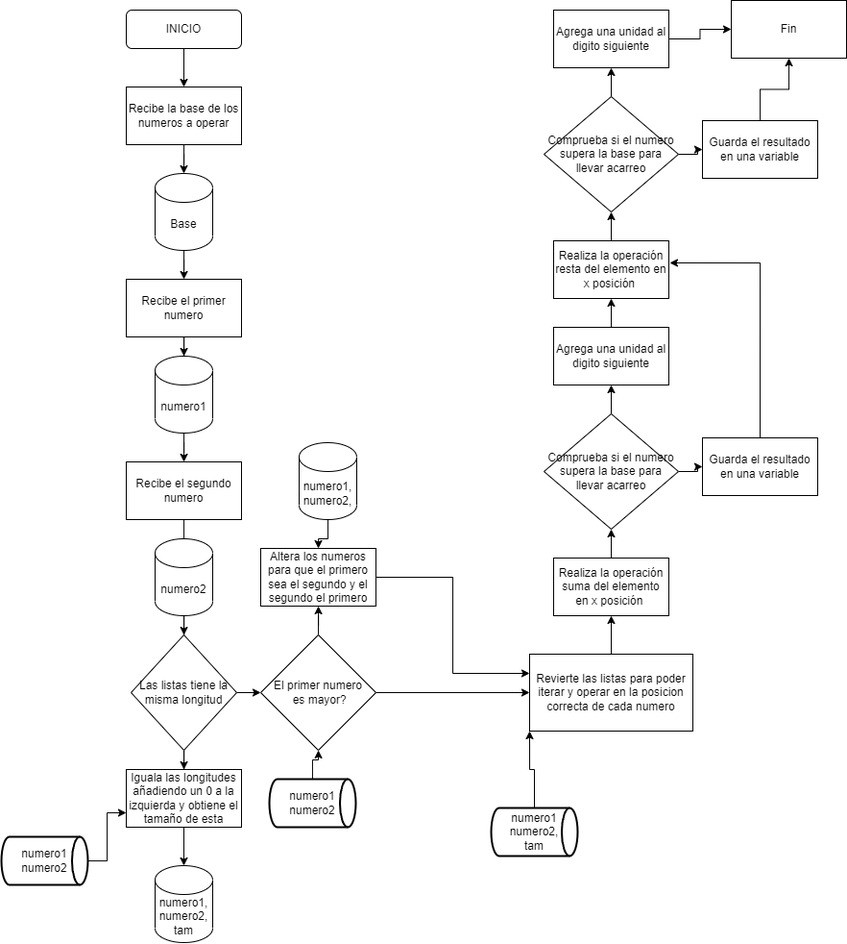
Siirl/disenio keeps this draw.io diagram as Diagrama sin título.drawio.png. Above is the earlier version. Source tidied: cells renumbered, new cells last; positions are measured from the earlier drawing's top-left corner, leaving out a move shared by most shapes.
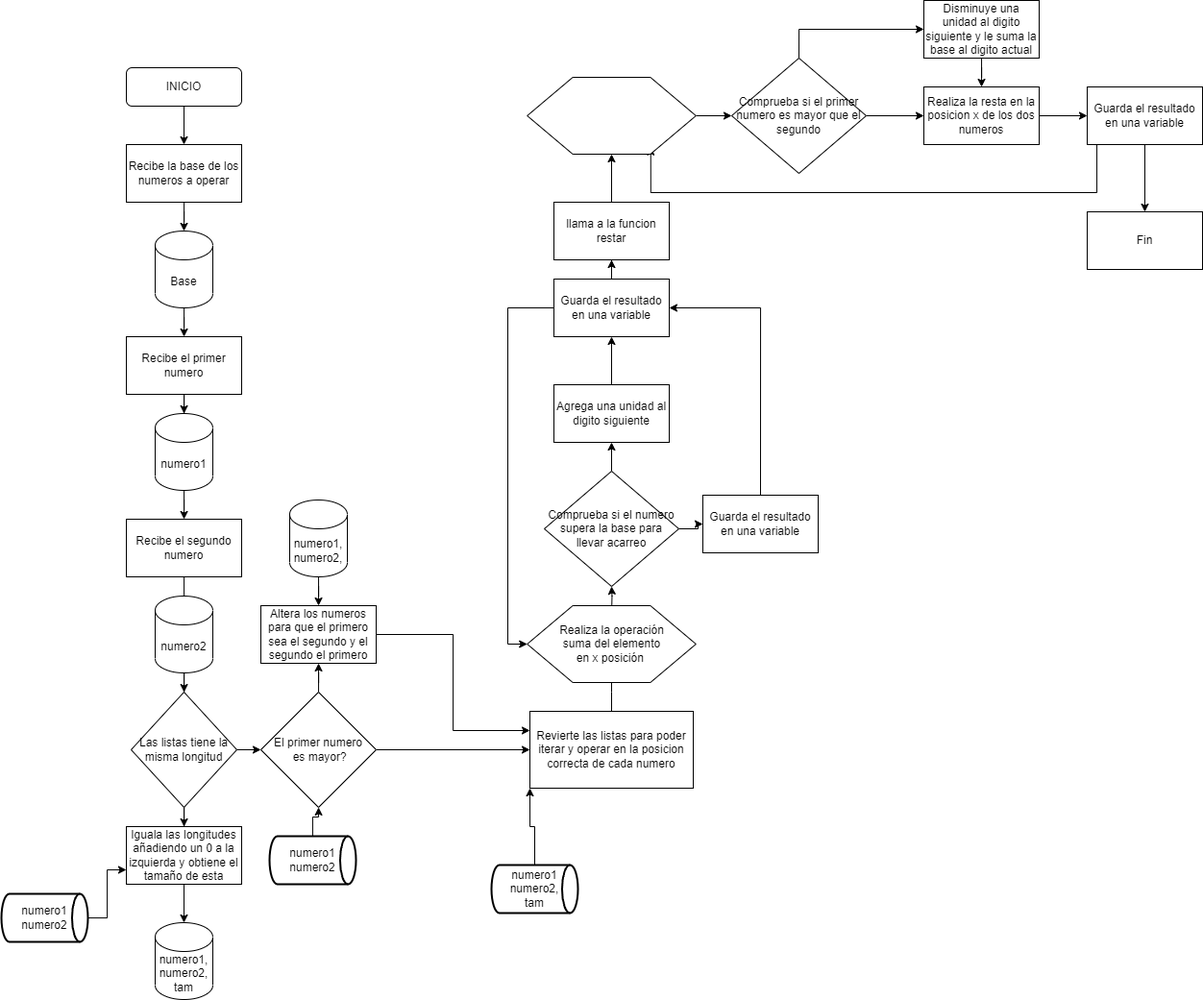
The same diagram one commit later.

Diff of the diagram source:
```diff
@@ -68,8 +68,10 @@
     <mxCell id="23" value="numero1,&lt;br&gt;numero2,&lt;br&gt;tam" style="shape=cylinder3;whiteSpace=wrap;html=1;boundedLbl=1;backgroundOutline=1;size=15;" parent="1" vertex="1">
       <mxGeometry x="160" y="900" width="60" height="80" as="geometry" />
     </mxCell>
-    <mxCell id="24" style="edgeStyle=orthogonalEdgeStyle;rounded=0;jettySize=auto;html=1;" parent="1" edge="1" source="25" target="29">
-      <mxGeometry relative="1" as="geometry" />
+    <mxCell id="24" style="edgeStyle=orthogonalEdgeStyle;rounded=0;jettySize=auto;html=1;" parent="1" edge="1" source="25">
+      <mxGeometry relative="1" as="geometry">
+        <mxPoint x="635" y="640" as="targetPoint" />
+      </mxGeometry>
     </mxCell>
     <mxCell id="25" value="Revierte las listas para poder iterar y operar en la posicion correcta de cada numero" style="rounded=0;whiteSpace=wrap;html=1;" parent="1" vertex="1">
       <mxGeometry x="550" y="680" width="170" height="80" as="geometry" />
@@ -80,12 +82,11 @@
     <mxCell id="27" value="numero1&lt;br&gt;numero2,&lt;br&gt;tam" style="strokeWidth=2;html=1;shape=mxgraph.flowchart.direct_data;whiteSpace=wrap;" parent="1" vertex="1">
       <mxGeometry x="510" y="840" width="90" height="50" as="geometry" />
     </mxCell>
-    <mxCell id="28" style="edgeStyle=orthogonalEdgeStyle;rounded=0;jettySize=auto;html=1;" parent="1" edge="1" source="29" target="32">
-      <mxGeometry relative="1" as="geometry" />
+    <mxCell id="28" style="edgeStyle=orthogonalEdgeStyle;rounded=0;jettySize=auto;html=1;" parent="1" edge="1" target="32">
+      <mxGeometry relative="1" as="geometry">
+        <mxPoint x="635" y="580" as="sourcePoint" />
+      </mxGeometry>
     </mxCell>
-    <mxCell id="29" value="Realiza la operación suma del elemento en x posición&amp;nbsp;" style="rounded=0;whiteSpace=wrap;html=1;" parent="1" vertex="1">
-      <mxGeometry x="575" y="580" width="120" height="60" as="geometry" />
-    </mxCell>
     <mxCell id="30" style="edgeStyle=orthogonalEdgeStyle;rounded=0;jettySize=auto;html=1;" parent="1" edge="1" source="32" target="36">
       <mxGeometry relative="1" as="geometry" />
     </mxCell>
@@ -95,47 +96,60 @@
     <mxCell id="32" value="Comprueba si el numero supera la base para llevar acarreo" style="rhombus;whiteSpace=wrap;html=1;" parent="1" vertex="1">
       <mxGeometry x="565" y="430" width="140" height="120" as="geometry" />
     </mxCell>
-    <mxCell id="33" style="edgeStyle=orthogonalEdgeStyle;rounded=0;jettySize=auto;html=1;" parent="1" edge="1" source="34" target="38">
+    <mxCell id="33" style="edgeStyle=orthogonalEdgeStyle;rounded=0;jettySize=auto;html=1;entryX=0.5;entryY=1;entryDx=0;entryDy=0;" parent="1" edge="1" source="34" target="64">
       <mxGeometry relative="1" as="geometry" />
     </mxCell>
+    <mxCell id="56" style="edgeStyle=orthogonalEdgeStyle;rounded=0;jettySize=auto;html=1;entryX=0;entryY=0.5;entryDx=0;entryDy=0;exitX=0;exitY=0.5;exitDx=0;exitDy=0;" parent="1" edge="1" source="64" target="60">
+      <mxGeometry relative="1" as="geometry">
+        <Array as="points">
+          <mxPoint x="527" y="260" />
+          <mxPoint x="527" y="610" />
+        </Array>
+      </mxGeometry>
+    </mxCell>
     <mxCell id="34" value="Agrega una unidad al digito siguiente" style="rounded=0;whiteSpace=wrap;html=1;" parent="1" vertex="1">
       <mxGeometry x="575" y="340" width="120" height="60" as="geometry" />
     </mxCell>
-    <mxCell id="35" style="edgeStyle=orthogonalEdgeStyle;rounded=0;jettySize=auto;html=1;entryX=1.008;entryY=0.383;entryDx=0;entryDy=0;entryPerimeter=0;exitX=0.5;exitY=0;exitDx=0;exitDy=0;" parent="1" edge="1" source="36" target="38">
+    <mxCell id="35" style="edgeStyle=orthogonalEdgeStyle;rounded=0;jettySize=auto;html=1;entryX=1;entryY=0.5;entryDx=0;entryDy=0;exitX=0.5;exitY=0;exitDx=0;exitDy=0;" parent="1" edge="1" source="36" target="64">
       <mxGeometry relative="1" as="geometry" />
     </mxCell>
     <mxCell id="36" value="Guarda el resultado en una variable" style="rounded=0;whiteSpace=wrap;html=1;" parent="1" vertex="1">
       <mxGeometry x="730" y="455" width="120" height="60" as="geometry" />
     </mxCell>
-    <mxCell id="37" style="edgeStyle=orthogonalEdgeStyle;rounded=0;jettySize=auto;html=1;" parent="1" edge="1" source="38" target="41">
-      <mxGeometry relative="1" as="geometry" />
-    </mxCell>
-    <mxCell id="38" value="Realiza la operación resta del elemento en x posición&amp;nbsp;" style="rounded=0;whiteSpace=wrap;html=1;" parent="1" vertex="1">
-      <mxGeometry x="575" y="250" width="120" height="60" as="geometry" />
-    </mxCell>
-    <mxCell id="39" style="edgeStyle=orthogonalEdgeStyle;rounded=0;jettySize=auto;html=1;" parent="1" edge="1" source="41" target="45">
-      <mxGeometry relative="1" as="geometry" />
-    </mxCell>
-    <mxCell id="40" style="edgeStyle=orthogonalEdgeStyle;rounded=0;jettySize=auto;html=1;" parent="1" edge="1" source="41" target="43">
+    <mxCell id="40" style="edgeStyle=orthogonalEdgeStyle;rounded=0;jettySize=auto;html=1;exitX=0.5;exitY=0;exitDx=0;exitDy=0;" parent="1" edge="1" source="41" target="43">
       <mxGeometry relative="1" as="geometry" />
     </mxCell>
+    <mxCell id="57" style="edgeStyle=orthogonalEdgeStyle;rounded=0;jettySize=auto;html=1;" parent="1" edge="1" source="41" target="68">
+      <mxGeometry relative="1" as="geometry" />
+    </mxCell>
-    <mxCell id="41" value="Comprueba si el numero supera la base para llevar acarreo" style="rhombus;whiteSpace=wrap;html=1;" parent="1" vertex="1">
-      <mxGeometry x="565" y="100" width="140" height="120" as="geometry" />
+    <mxCell id="41" value="Comprueba si el primer numero es mayor que el segundo" style="rhombus;whiteSpace=wrap;html=1;" parent="1" vertex="1">
+      <mxGeometry x="760" width="140" height="120" as="geometry" />
     </mxCell>
-    <mxCell id="42" style="edgeStyle=orthogonalEdgeStyle;rounded=0;jettySize=auto;html=1;" parent="1" edge="1" source="43" target="46">
-      <mxGeometry relative="1" as="geometry" />
-    </mxCell>
+    <mxCell id="58" style="edgeStyle=orthogonalEdgeStyle;rounded=0;jettySize=auto;html=1;" parent="1" edge="1" source="43" target="68">
+      <mxGeometry relative="1" as="geometry" />
+    </mxCell>
-    <mxCell id="43" value="Agrega una unidad al digito siguiente" style="rounded=0;whiteSpace=wrap;html=1;" parent="1" vertex="1">
-      <mxGeometry x="575" y="10" width="120" height="60" as="geometry" />
+    <mxCell id="43" value="Disminuye una unidad al digito siguiente y le suma la base al digito actual" style="rounded=0;whiteSpace=wrap;html=1;" parent="1" vertex="1">
+      <mxGeometry x="960" y="-60" width="120" height="60" as="geometry" />
     </mxCell>
     <mxCell id="44" style="edgeStyle=orthogonalEdgeStyle;rounded=0;jettySize=auto;html=1;" parent="1" edge="1" source="45" target="46">
       <mxGeometry relative="1" as="geometry" />
     </mxCell>
+    <mxCell id="59" style="edgeStyle=orthogonalEdgeStyle;rounded=0;orthogonalLoop=1;jettySize=auto;html=1;entryX=0.732;entryY=1.034;entryDx=0;entryDy=0;entryPerimeter=0;" parent="1" edge="1">
+      <mxGeometry relative="1" as="geometry">
+        <mxPoint x="1190.1" y="80" as="sourcePoint" />
+        <mxPoint x="675.8" y="92.7" as="targetPoint" />
+        <Array as="points">
+          <mxPoint x="1140" y="80" />
+          <mxPoint x="1140" y="140" />
+          <mxPoint x="676" y="140" />
+        </Array>
+      </mxGeometry>
+    </mxCell>
     <mxCell id="45" value="Guarda el resultado en una variable" style="rounded=0;whiteSpace=wrap;html=1;" parent="1" vertex="1">
-      <mxGeometry x="730" y="125" width="120" height="60" as="geometry" />
+      <mxGeometry x="1130" y="30" width="120" height="60" as="geometry" />
     </mxCell>
     <mxCell id="46" value="Fin" style="rounded=0;whiteSpace=wrap;html=1;" parent="1" vertex="1">
-      <mxGeometry x="760" width="120" height="60" as="geometry" />
+      <mxGeometry x="1130" y="160" width="120" height="60" as="geometry" />
     </mxCell>
     <mxCell id="47" style="edgeStyle=orthogonalEdgeStyle;rounded=0;jettySize=auto;html=1;" parent="1" edge="1" source="49" target="55">
       <mxGeometry relative="1" as="geometry" />
@@ -156,7 +170,7 @@
       <mxGeometry relative="1" as="geometry" />
     </mxCell>
     <mxCell id="53" value="numero1,&lt;br&gt;numero2," style="shape=cylinder3;whiteSpace=wrap;html=1;boundedLbl=1;backgroundOutline=1;size=15;" parent="1" vertex="1">
-      <mxGeometry x="310" y="460" width="60" height="80" as="geometry" />
+      <mxGeometry x="300" y="460" width="60" height="80" as="geometry" />
     </mxCell>
     <mxCell id="54" style="edgeStyle=orthogonalEdgeStyle;rounded=0;jettySize=auto;html=1;entryX=0;entryY=0.25;entryDx=0;entryDy=0;" parent="1" edge="1" source="55" target="25">
       <mxGeometry relative="1" as="geometry" />
@@ -164,5 +178,35 @@
     <mxCell id="55" value="Altera los numeros para que el primero sea el segundo y el segundo el primero" style="rounded=0;whiteSpace=wrap;html=1;" parent="1" vertex="1">
       <mxGeometry x="270" y="570" width="120" height="60" as="geometry" />
     </mxCell>
+    <mxCell id="60" style="verticalLabelPosition=bottom;verticalAlign=top;html=1;shape=hexagon;perimeter=hexagonPerimeter2;arcSize=6;size=0.27;" parent="1" vertex="1">
+      <mxGeometry x="547.2" y="570" width="175.6" height="80" as="geometry" />
+    </mxCell>
+    <mxCell id="29" value="Realiza la operación &lt;br&gt;suma del elemento &lt;br&gt;en x posición&amp;nbsp;" style="text;html=1;align=center;verticalAlign=middle;points=[];strokeColor=none;fillColor=none;" parent="1" vertex="1">
+      <mxGeometry x="570" y="580" width="130" height="60" as="geometry" />
+    </mxCell>
+    <mxCell id="61" style="edgeStyle=orthogonalEdgeStyle;rounded=0;jettySize=auto;html=1;entryX=0;entryY=0.5;entryDx=0;entryDy=0;" parent="1" edge="1" source="62" target="41">
+      <mxGeometry relative="1" as="geometry" />
+    </mxCell>
+    <mxCell id="62" style="verticalLabelPosition=bottom;verticalAlign=top;html=1;shape=hexagon;perimeter=hexagonPerimeter2;arcSize=6;size=0.27;" parent="1" vertex="1">
+      <mxGeometry x="547.2" y="20" width="175.6" height="80" as="geometry" />
+    </mxCell>
+    <mxCell id="63" style="edgeStyle=orthogonalEdgeStyle;rounded=0;jettySize=auto;html=1;" parent="1" edge="1" source="64" target="66">
+      <mxGeometry relative="1" as="geometry" />
+    </mxCell>
+    <mxCell id="64" value="Guarda el resultado en una variable" style="rounded=0;whiteSpace=wrap;html=1;" parent="1" vertex="1">
+      <mxGeometry x="575" y="230" width="120" height="60" as="geometry" />
+    </mxCell>
+    <mxCell id="65" style="edgeStyle=orthogonalEdgeStyle;rounded=0;jettySize=auto;html=1;" parent="1" edge="1" source="66" target="62">
+      <mxGeometry relative="1" as="geometry" />
+    </mxCell>
+    <mxCell id="66" value="llama a la funcion restar" style="rounded=0;whiteSpace=wrap;html=1;" parent="1" vertex="1">
+      <mxGeometry x="575" y="150" width="120" height="60" as="geometry" />
+    </mxCell>
+    <mxCell id="67" style="edgeStyle=orthogonalEdgeStyle;rounded=0;jettySize=auto;html=1;" parent="1" edge="1" source="68" target="45">
+      <mxGeometry relative="1" as="geometry" />
+    </mxCell>
+    <mxCell id="68" value="Realiza la resta en la posicion x de los dos numeros" style="rounded=0;whiteSpace=wrap;html=1;" parent="1" vertex="1">
+      <mxGeometry x="960" y="30" width="120" height="60" as="geometry" />
+    </mxCell>
   </root>
 </mxGraphModel>
```
